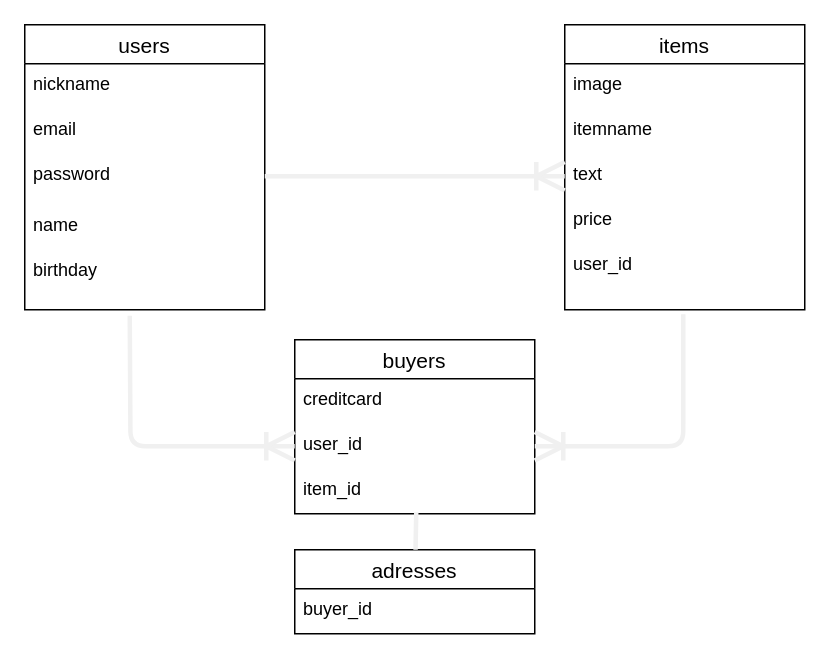
oshinoshin/furima-34410 keeps this draw.io diagram as furima.dio. Above is the earlier version. Source tidied: cells renumbered, new cells numbered last; positions are measured from the earlier drawing's top-left corner, leaving out a move shared by most shapes. Both pictures are drawn from the tidied source at 150%, with x=0, y=0 at pixel (24, 24).
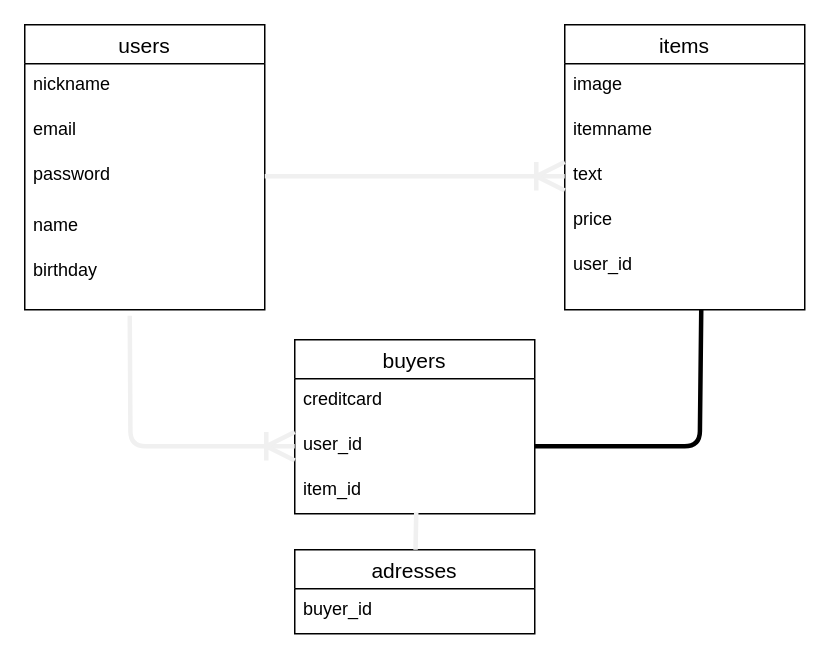
Above is the later version.

Commit message (it also covers changes not shown here):
ER図・データベースの修正①

Unchanged cells that the change refers to:
```xml
<mxCell id="13" value="user_id" style="text;strokeColor=none;fillColor=none;spacingLeft=4;spacingRight=4;overflow=hidden;points=[[0,0.5],[1,0.5]];portConstraint=eastwest;fontSize=12;" parent="8" vertex="1">
  <mxGeometry y="146" width="160" height="44" as="geometry" />
</mxCell>
<mxCell id="16" value="user_id" style="text;strokeColor=none;fillColor=none;spacingLeft=4;spacingRight=4;overflow=hidden;points=[[0,0.5],[1,0.5]];portConstraint=eastwest;fontSize=12;" parent="14" vertex="1">
  <mxGeometry y="56" width="160" height="30" as="geometry" />
</mxCell>
```

What changed in the source:
```diff
@@
-    <mxCell id="21" style="edgeStyle=orthogonalEdgeStyle;fontSize=12;html=1;endArrow=ERoneToMany;strokeColor=#f0f0f0;strokeWidth=3;entryX=1;entryY=0.5;entryDx=0;entryDy=0;exitX=0.494;exitY=1.068;exitDx=0;exitDy=0;exitPerimeter=0;endSize=15;" parent="1" edge="1" source="13" target="16">
-      <mxGeometry relative="1" as="geometry">
-        <Array as="points">
-          <mxPoint x="439" y="281" />
-        </Array>
-      </mxGeometry>
-    </mxCell>
@@
+    <mxCell id="24" style="endArrow=none;html=1;rounded=1;exitX=1;exitY=0.5;exitDx=0;exitDy=0;strokeWidth=3;" parent="1" edge="1" source="16">
+      <mxGeometry relative="1" as="geometry">
+        <mxPoint x="451" y="190" as="targetPoint" />
+        <Array as="points">
+          <mxPoint x="450" y="281" />
+        </Array>
+      </mxGeometry>
+    </mxCell>
```
